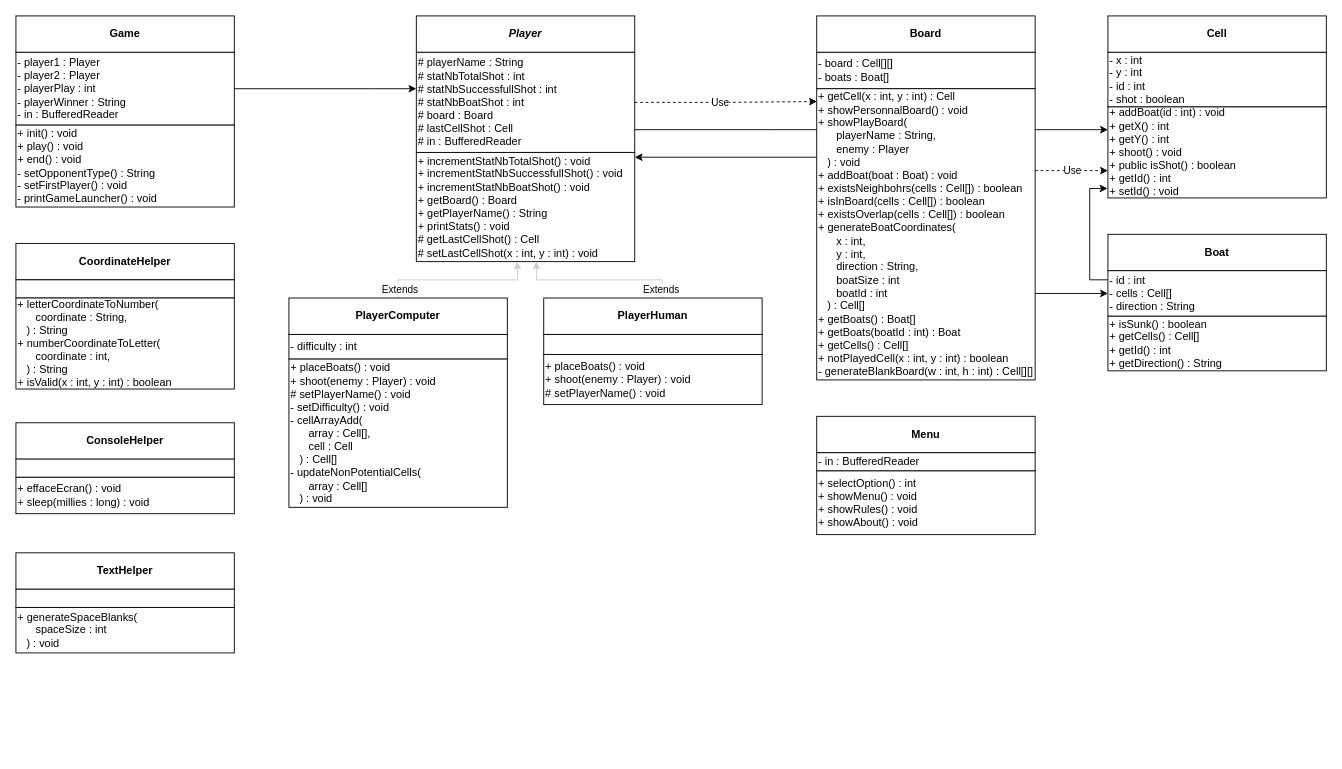
The draw.io diagram UML App.drawio in MariusCLM74/Java-battle-ship, before the edit. Source tidied: cells renumbered, new cells numbered last; positions are measured from the earlier drawing's top-left corner, leaving out a move shared by most shapes. Both pictures are drawn from the tidied source at 91%, with x=0, y=0 at pixel (15, 15).
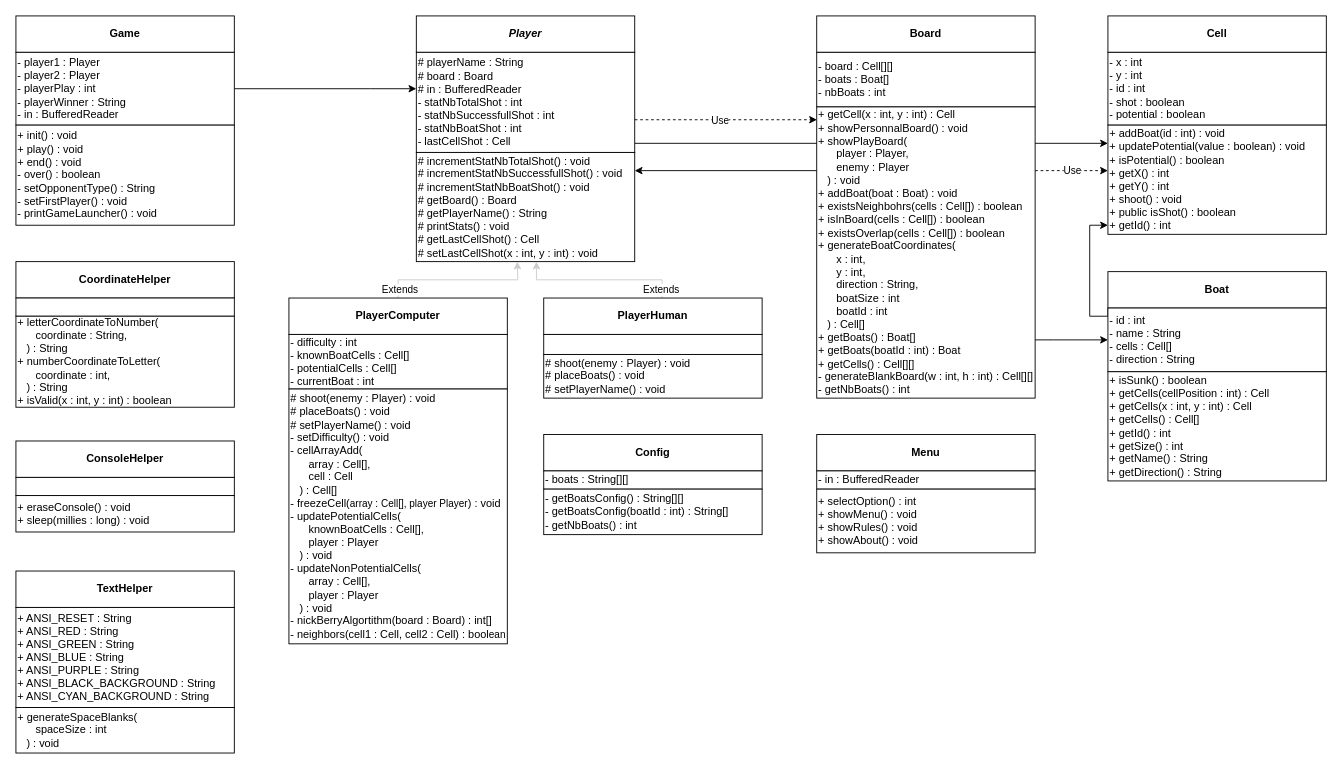
The same page after the edit.

Change to the diagram source:
```diff
@@
-    <mxCell id="5" value="+ init() : void&lt;br&gt;+ play() : void&lt;br&gt;+ end() : void&lt;br&gt;- setOpponentType() : String&lt;br&gt;- setFirstPlayer() : void&lt;br&gt;- printGameLauncher() : void" style="rounded=0;whiteSpace=wrap;html=1;align=left;" parent="1" vertex="1">
-      <mxGeometry y="120" width="240" height="90" as="geometry" />
+    <mxCell id="5" value="+ init() : void&lt;br&gt;+ play() : void&lt;br&gt;+ end() : void&lt;br&gt;- over() : boolean&lt;br&gt;- setOpponentType() : String&lt;br&gt;- setFirstPlayer() : void&lt;br&gt;- printGameLauncher() : void" style="rounded=0;whiteSpace=wrap;html=1;align=left;" parent="1" vertex="1">
+      <mxGeometry y="120" width="240" height="110" as="geometry" />
     </mxCell>
@@
     <mxCell id="7" style="edgeStyle=orthogonalEdgeStyle;rounded=0;jettySize=auto;html=1;entryX=0.001;entryY=0.044;entryDx=0;entryDy=0;entryPerimeter=0;strokeColor=#000000;dashed=1;" parent="1" edge="1" source="10" target="28">
       <mxGeometry relative="1" as="geometry">
         <Array as="points">
-          <mxPoint x="780" y="95" />
-          <mxPoint x="880" y="94" />
+          <mxPoint x="880" y="114" />
+          <mxPoint x="880" y="114" />
         </Array>
       </mxGeometry>
     </mxCell>
@@
-    <mxCell id="9" style="edgeStyle=orthogonalEdgeStyle;rounded=0;jettySize=auto;html=1;entryX=0;entryY=0.25;entryDx=0;entryDy=0;strokeColor=#000000;" parent="1" edge="1" source="10" target="37">
+    <mxCell id="9" style="edgeStyle=orthogonalEdgeStyle;rounded=0;jettySize=auto;html=1;strokeColor=#000000;" parent="1" edge="1" source="10">
       <mxGeometry relative="1" as="geometry">
+        <mxPoint x="1200" y="140" as="targetPoint" />
         <Array as="points">
-          <mxPoint x="830" y="125" />
-          <mxPoint x="830" y="125" />
+          <mxPoint x="1200" y="140" />
         </Array>
       </mxGeometry>
     </mxCell>
-    <mxCell id="10" value="# playerName : String&lt;br&gt;# statNbTotalShot : int&lt;br&gt;# statNbSuccessfullShot : int&lt;br&gt;# statNbBoatShot : int&lt;br&gt;# board : Board&lt;br&gt;# lastCellShot : Cell&lt;br&gt;# in : BufferedReader" style="rounded=0;whiteSpace=wrap;html=1;align=left;" parent="1" vertex="1">
+    <mxCell id="10" value="# playerName : String&lt;br&gt;# board : Board&lt;br&gt;# in : BufferedReader&lt;br&gt;- statNbTotalShot : int&lt;br&gt;- statNbSuccessfullShot : int&lt;br&gt;- statNbBoatShot : int&lt;br&gt;- lastCellShot : Cell" style="rounded=0;whiteSpace=wrap;html=1;align=left;" parent="1" vertex="1">
       <mxGeometry x="440" y="40" width="240" height="110" as="geometry" />
     </mxCell>
-    <mxCell id="11" value="+ incrementStatNbTotalShot() : void&lt;br&gt;+ incrementStatNbSuccessfullShot() : void&lt;br&gt;+ incrementStatNbBoatShot()&amp;nbsp;: void&lt;br&gt;+ getBoard() : Board&lt;br&gt;+ getPlayerName() : String&lt;br&gt;+ printStats() : void&lt;br&gt;#&amp;nbsp;getLastCellShot() : Cell&lt;br&gt;# setLastCellShot(x : int, y : int) : void" style="rounded=0;whiteSpace=wrap;html=1;align=left;" parent="1" vertex="1">
+    <mxCell id="11" value="# incrementStatNbTotalShot() : void&lt;br&gt;# incrementStatNbSuccessfullShot() : void&lt;br&gt;# incrementStatNbBoatShot()&amp;nbsp;: void&lt;br&gt;# getBoard() : Board&lt;br&gt;# getPlayerName() : String&lt;br&gt;# printStats() : void&lt;br&gt;#&amp;nbsp;getLastCellShot() : Cell&lt;br&gt;# setLastCellShot(x : int, y : int) : void" style="rounded=0;whiteSpace=wrap;html=1;align=left;" parent="1" vertex="1">
       <mxGeometry x="440" y="150" width="240" height="120" as="geometry" />
     </mxCell>
@@
-    <mxCell id="15" value="- difficulty : int" style="rounded=0;whiteSpace=wrap;html=1;align=left;" parent="1" vertex="1">
-      <mxGeometry x="300" y="350" width="240" height="27.1" as="geometry" />
+    <mxCell id="15" value="- difficulty : int&lt;br&gt;- knownBoatCells : Cell[]&lt;br&gt;- potentialCells : Cell[]&lt;br&gt;- currentBoat : int" style="rounded=0;whiteSpace=wrap;html=1;align=left;" parent="1" vertex="1">
+      <mxGeometry x="300" y="350" width="240" height="60" as="geometry" />
     </mxCell>
@@
-    <mxCell id="20" value="+ placeBoats() : void&lt;br&gt;+ shoot(enemy : Player) : void&lt;br&gt;# setPlayerName() : void" style="rounded=0;whiteSpace=wrap;html=1;align=left;" parent="1" vertex="1">
-      <mxGeometry x="580" y="372" width="240" height="55.1" as="geometry" />
+    <mxCell id="20" value="# shoot(enemy : Player) : void&lt;br&gt;# placeBoats() : void&lt;br&gt;# setPlayerName() : void" style="rounded=0;whiteSpace=wrap;html=1;align=left;" parent="1" vertex="1">
+      <mxGeometry x="580" y="372" width="240" height="48" as="geometry" />
     </mxCell>
-    <mxCell id="21" value="+ placeBoats() : void&lt;br&gt;+ shoot(enemy : Player) : void&lt;br&gt;# setPlayerName() : void&lt;br&gt;- setDifficulty() : void&lt;br&gt;- cellArrayAdd(&lt;br&gt;&amp;nbsp; &amp;nbsp; &amp;nbsp; array : Cell[],&lt;br&gt;&amp;nbsp; &amp;nbsp; &amp;nbsp; cell : Cell&lt;br&gt;&amp;nbsp; &amp;nbsp;) : Cell[]&lt;br&gt;- updateNonPotentialCells(&lt;br&gt;&amp;nbsp; &amp;nbsp; &amp;nbsp; array : Cell[]&lt;br&gt;&amp;nbsp; &amp;nbsp;) : void" style="rounded=0;whiteSpace=wrap;html=1;align=left;" parent="1" vertex="1">
-      <mxGeometry x="300" y="377.1" width="240" height="162.9" as="geometry" />
+    <mxCell id="21" value="# shoot(enemy : Player) : void&lt;br&gt;# placeBoats() : void&lt;br&gt;# setPlayerName() : void&lt;br&gt;- setDifficulty() : void&lt;br&gt;- cellArrayAdd(&lt;br&gt;&amp;nbsp; &amp;nbsp; &amp;nbsp; array : Cell[],&lt;br&gt;&amp;nbsp; &amp;nbsp; &amp;nbsp; cell : Cell&lt;br&gt;&amp;nbsp; &amp;nbsp;) : Cell[]&lt;br&gt;- freezeCell(&lt;font style=&quot;font-size: 11px&quot;&gt;array : Cell[], player Player&lt;/font&gt;) : void&lt;br&gt;- &lt;font style=&quot;font-size: 12px&quot;&gt;&lt;font style=&quot;font-size: 12px&quot;&gt;updatePotentialCells&lt;/font&gt;(&lt;br&gt;&lt;font style=&quot;font-size: 12px&quot;&gt;&amp;nbsp; &amp;nbsp; &amp;nbsp; knownBoatCells : Cell[],&lt;br&gt;&lt;/font&gt;&amp;nbsp; &amp;nbsp; &amp;nbsp; player : Player&lt;br&gt;&amp;nbsp; &amp;nbsp;) : void&lt;br&gt;- updateNonPotentialCells(&lt;br&gt;&amp;nbsp; &amp;nbsp; &amp;nbsp; array : Cell[],&lt;br&gt;&amp;nbsp; &amp;nbsp; &amp;nbsp; player : Player&lt;br&gt;&amp;nbsp; &amp;nbsp;) : void&lt;br&gt;- nickBerryAlgortithm(board : Board) : int[]&lt;br&gt;- neighbors(cell1 : Cell, cell2 : Cell) : bool&lt;/font&gt;&lt;font&gt;&lt;font style=&quot;font-size: 11px&quot;&gt;ean&lt;/font&gt;&lt;br&gt;&lt;/font&gt;" style="rounded=0;whiteSpace=wrap;html=1;align=left;" parent="1" vertex="1">
+      <mxGeometry x="300" y="410" width="240" height="280" as="geometry" />
     </mxCell>
@@
-    <mxCell id="23" value="- board : Cell[][]&lt;br&gt;- boats : Boat[]" style="rounded=0;whiteSpace=wrap;html=1;align=left;" parent="1" vertex="1">
-      <mxGeometry x="880" y="40" width="240" height="40" as="geometry" />
+    <mxCell id="23" value="- board : Cell[][]&lt;br&gt;- boats : Boat[]&lt;br&gt;- nbBoats : int" style="rounded=0;whiteSpace=wrap;html=1;align=left;" parent="1" vertex="1">
+      <mxGeometry x="880" y="40" width="240" height="60" as="geometry" />
     </mxCell>
-    <mxCell id="24" style="edgeStyle=orthogonalEdgeStyle;rounded=0;jettySize=auto;html=1;entryX=0;entryY=0.7;entryDx=0;entryDy=0;entryPerimeter=0;strokeColor=#000000;dashed=1;" parent="1" edge="1" source="28" target="37">
+    <mxCell id="24" style="edgeStyle=orthogonalEdgeStyle;rounded=0;jettySize=auto;html=1;strokeColor=#000000;dashed=1;" parent="1" edge="1" source="28">
       <mxGeometry relative="1" as="geometry">
+        <mxPoint x="1200" y="170" as="targetPoint" />
         <Array as="points">
-          <mxPoint x="1140" y="170" />
-          <mxPoint x="1140" y="170" />
+          <mxPoint x="1200" y="170" />
         </Array>
       </mxGeometry>
     </mxCell>
@@
-    <mxCell id="26" style="edgeStyle=orthogonalEdgeStyle;rounded=0;jettySize=auto;html=1;entryX=0;entryY=0.5;entryDx=0;entryDy=0;strokeColor=#000000;" parent="1" edge="1" source="28" target="40">
+    <mxCell id="26" style="edgeStyle=orthogonalEdgeStyle;rounded=0;jettySize=auto;html=1;strokeColor=#000000;" parent="1" edge="1" source="28" target="40">
       <mxGeometry relative="1" as="geometry">
         <Array as="points">
-          <mxPoint x="1200" y="304" />
+          <mxPoint x="1140" y="356" />
+          <mxPoint x="1140" y="356" />
         </Array>
       </mxGeometry>
     </mxCell>
-    <mxCell id="27" style="edgeStyle=orthogonalEdgeStyle;rounded=0;jettySize=auto;html=1;strokeColor=#000000;entryX=1;entryY=0.044;entryDx=0;entryDy=0;entryPerimeter=0;" parent="1" edge="1" source="28" target="11">
+    <mxCell id="27" style="edgeStyle=orthogonalEdgeStyle;rounded=0;jettySize=auto;html=1;strokeColor=#000000;" parent="1" edge="1" source="28">
       <mxGeometry relative="1" as="geometry">
+        <mxPoint x="680" y="170" as="targetPoint" />
         <Array as="points">
-          <mxPoint x="820" y="155" />
+          <mxPoint x="680" y="170" />
         </Array>
       </mxGeometry>
     </mxCell>
-    <mxCell id="28" value="+ getCell(x : int, y : int) : Cell&lt;br&gt;+ showPersonnalBoard() : void&lt;br&gt;+ showPlayBoard(&lt;br&gt;&amp;nbsp; &amp;nbsp; &amp;nbsp; playerName : String, &lt;br&gt;&amp;nbsp; &amp;nbsp; &amp;nbsp; enemy : Player&lt;br&gt;&amp;nbsp; &amp;nbsp;) : void&lt;br&gt;+ addBoat(boat : Boat) : void&lt;br&gt;+ existsNeighbohrs(cells : Cell[]) : boolean&lt;br&gt;+ isInBoard(cells&amp;nbsp;: Cell[]) : boolean&lt;br&gt;+ existsOverlap(cells : Cell[]) : boolean&lt;br&gt;+ generateBoatCoordinates(&lt;br&gt;&amp;nbsp; &amp;nbsp; &amp;nbsp; x : int,&lt;br&gt;&amp;nbsp; &amp;nbsp; &amp;nbsp; y : int,&lt;br&gt;&amp;nbsp; &amp;nbsp; &amp;nbsp; direction : String,&lt;br&gt;&amp;nbsp; &amp;nbsp; &amp;nbsp; boatSize : int&lt;br&gt;&amp;nbsp; &amp;nbsp; &amp;nbsp; boatId : int&lt;br&gt;&amp;nbsp; &amp;nbsp;) : Cell[]&lt;br&gt;+ getBoats() : Boat[]&lt;br&gt;+ getBoats(boatId : int) : Boat&lt;br&gt;+ getCells() : Cell[]&lt;br&gt;+ notPlayedCell(x : int, y : int) : boolean&lt;br&gt;- generateBlankBoard(w : int, h : int) : Cell[][]" style="rounded=0;whiteSpace=wrap;html=1;align=left;" parent="1" vertex="1">
-      <mxGeometry x="880" y="80" width="240" height="320" as="geometry" />
+    <mxCell id="28" value="+ getCell(x : int, y : int) : Cell&lt;br&gt;+ showPersonnalBoard() : void&lt;br&gt;+ showPlayBoard(&lt;br&gt;&amp;nbsp; &amp;nbsp; &amp;nbsp; player : Player, &lt;br&gt;&amp;nbsp; &amp;nbsp; &amp;nbsp; enemy : Player&lt;br&gt;&amp;nbsp; &amp;nbsp;) : void&lt;br&gt;+ addBoat(boat : Boat) : void&lt;br&gt;+ existsNeighbohrs(cells : Cell[]) : boolean&lt;br&gt;+ isInBoard(cells&amp;nbsp;: Cell[]) : boolean&lt;br&gt;+ existsOverlap(cells : Cell[]) : boolean&lt;br&gt;+ generateBoatCoordinates(&lt;br&gt;&amp;nbsp; &amp;nbsp; &amp;nbsp; x : int,&lt;br&gt;&amp;nbsp; &amp;nbsp; &amp;nbsp; y : int,&lt;br&gt;&amp;nbsp; &amp;nbsp; &amp;nbsp; direction : String,&lt;br&gt;&amp;nbsp; &amp;nbsp; &amp;nbsp; boatSize : int&lt;br&gt;&amp;nbsp; &amp;nbsp; &amp;nbsp; boatId : int&lt;br&gt;&amp;nbsp; &amp;nbsp;) : Cell[]&lt;br&gt;+ getBoats() : Boat[]&lt;br&gt;+ getBoats(boatId : int) : Boat&lt;br&gt;+ getCells() : Cell[][]&lt;br&gt;- generateBlankBoard(w : int, h : int) : Cell[][]&lt;br&gt;- getNbBoats() : int" style="rounded=0;whiteSpace=wrap;html=1;align=left;" parent="1" vertex="1">
+      <mxGeometry x="880" y="100" width="240" height="320" as="geometry" />
     </mxCell>
     <mxCell id="29" value="&lt;b&gt;CoordinateHelper&lt;/b&gt;" style="rounded=0;whiteSpace=wrap;html=1;" parent="1" vertex="1">
-      <mxGeometry y="250" width="240" height="40" as="geometry" />
+      <mxGeometry y="270" width="240" height="40" as="geometry" />
     </mxCell>
     <mxCell id="30" style="rounded=0;whiteSpace=wrap;html=1;align=left;" parent="1" vertex="1">
-      <mxGeometry y="290" width="240" height="20" as="geometry" />
+      <mxGeometry y="310" width="240" height="20" as="geometry" />
     </mxCell>
     <mxCell id="31" value="+ letterCoordinateToNumber(&lt;br&gt;&amp;nbsp; &amp;nbsp; &amp;nbsp; coordinate : String,&lt;br&gt;&amp;nbsp; &amp;nbsp;) : String&lt;br&gt;+ numberCoordinateToLetter(&lt;br&gt;&amp;nbsp; &amp;nbsp; &amp;nbsp; coordinate : int,&lt;br&gt;&amp;nbsp; &amp;nbsp;) : String&lt;br&gt;+ isValid(x&amp;nbsp;: int, y&amp;nbsp;: int) : boolean" style="rounded=0;whiteSpace=wrap;html=1;align=left;" parent="1" vertex="1">
-      <mxGeometry y="310" width="240" height="100" as="geometry" />
+      <mxGeometry y="330" width="240" height="100" as="geometry" />
     </mxCell>
     <mxCell id="32" value="&lt;b&gt;ConsoleHelper&lt;/b&gt;" style="rounded=0;whiteSpace=wrap;html=1;" parent="1" vertex="1">
-      <mxGeometry y="447.1" width="240" height="40" as="geometry" />
+      <mxGeometry y="467.1" width="240" height="40" as="geometry" />
     </mxCell>
     <mxCell id="33" style="rounded=0;whiteSpace=wrap;html=1;align=left;" parent="1" vertex="1">
-      <mxGeometry y="487" width="240" height="20" as="geometry" />
+      <mxGeometry y="507.1" width="240" height="20" as="geometry" />
     </mxCell>
-    <mxCell id="34" value="+ effaceEcran() : void&lt;br&gt;+ sleep(millies : long) : void" style="rounded=0;whiteSpace=wrap;html=1;align=left;" parent="1" vertex="1">
-      <mxGeometry y="507" width="240" height="40" as="geometry" />
+    <mxCell id="34" value="+ eraseConsole() : void&lt;br&gt;+ sleep(millies : long) : void" style="rounded=0;whiteSpace=wrap;html=1;align=left;" parent="1" vertex="1">
+      <mxGeometry y="527.1" width="240" height="40" as="geometry" />
     </mxCell>
@@
-    <mxCell id="36" value="- x : int&lt;br&gt;- y : int&lt;br&gt;- id : int&lt;br&gt;- shot : boolean" style="rounded=0;whiteSpace=wrap;html=1;align=left;" parent="1" vertex="1">
-      <mxGeometry x="1200" y="40" width="240" height="60" as="geometry" />
+    <mxCell id="36" value="- x : int&lt;br&gt;- y : int&lt;br&gt;- id : int&lt;br&gt;- shot : boolean&lt;br&gt;- potential : boolean" style="rounded=0;whiteSpace=wrap;html=1;align=left;" parent="1" vertex="1">
+      <mxGeometry x="1200" y="40" width="240" height="80" as="geometry" />
     </mxCell>
-    <mxCell id="37" value="+ addBoat(id : int) : void&lt;br&gt;+ getX() : int&lt;br&gt;+ getY() : int&lt;br&gt;+ shoot() : void&lt;br&gt;+ public isShot() : boolean&lt;br&gt;+ getId() : int&lt;br&gt;+ setId() : void" style="rounded=0;whiteSpace=wrap;html=1;align=left;" parent="1" vertex="1">
-      <mxGeometry x="1200" y="100" width="240" height="100" as="geometry" />
+    <mxCell id="37" value="+ addBoat(id : int) : void&lt;br&gt;+ updatePotential(value : boolean) : void&lt;br&gt;+ isPotential() : boolean&lt;br&gt;+ getX() : int&lt;br&gt;+ getY() : int&lt;br&gt;+ shoot() : void&lt;br&gt;+ public isShot() : boolean&lt;br&gt;+ getId() : int" style="rounded=0;whiteSpace=wrap;html=1;align=left;" parent="1" vertex="1">
+      <mxGeometry x="1200" y="120" width="240" height="120" as="geometry" />
     </mxCell>
     <mxCell id="38" value="&lt;b&gt;Boat&lt;/b&gt;" style="rounded=0;whiteSpace=wrap;html=1;" parent="1" vertex="1">
-      <mxGeometry x="1200" y="240" width="240" height="40" as="geometry" />
+      <mxGeometry x="1200" y="281" width="240" height="40" as="geometry" />
     </mxCell>
-    <mxCell id="39" style="edgeStyle=orthogonalEdgeStyle;rounded=0;jettySize=auto;html=1;strokeColor=#000000;entryX=-0.002;entryY=0.896;entryDx=0;entryDy=0;entryPerimeter=0;" parent="1" edge="1" source="40" target="37">
+    <mxCell id="39" style="edgeStyle=orthogonalEdgeStyle;rounded=0;jettySize=auto;html=1;strokeColor=#000000;exitX=0;exitY=0;exitDx=0;exitDy=0;" parent="1" edge="1" source="40">
       <mxGeometry relative="1" as="geometry">
+        <mxPoint x="1200" y="230" as="targetPoint" />
         <Array as="points">
-          <mxPoint x="1180" y="290" />
-          <mxPoint x="1180" y="190" />
-          <mxPoint x="1200" y="190" />
+          <mxPoint x="1200" y="330" />
+          <mxPoint x="1180" y="330" />
+          <mxPoint x="1180" y="230" />
+          <mxPoint x="1200" y="230" />
         </Array>
       </mxGeometry>
     </mxCell>
-    <mxCell id="40" value="- id : int&lt;br&gt;- cells : Cell[]&lt;br&gt;- direction : String" style="rounded=0;whiteSpace=wrap;html=1;align=left;" parent="1" vertex="1">
-      <mxGeometry x="1200" y="280" width="240" height="50" as="geometry" />
+    <mxCell id="40" value="- id : int&lt;br&gt;- name : String&lt;br&gt;- cells : Cell[]&lt;br&gt;- direction : String" style="rounded=0;whiteSpace=wrap;html=1;align=left;" parent="1" vertex="1">
+      <mxGeometry x="1200" y="321" width="240" height="70" as="geometry" />
     </mxCell>
-    <mxCell id="41" value="+ isSunk() : boolean&lt;br&gt;+ getCells() : Cell[]&lt;br&gt;+ getId() : int&lt;br&gt;+ getDirection() : String" style="rounded=0;whiteSpace=wrap;html=1;align=left;" parent="1" vertex="1">
-      <mxGeometry x="1200" y="330" width="240" height="60" as="geometry" />
+    <mxCell id="41" value="+ isSunk() : boolean&lt;br&gt;+ getCells(cellPosition : int) : Cell&lt;br&gt;+ getCells(x : int, y : int) : Cell&lt;br&gt;+ getCells() : Cell[]&lt;br&gt;+ getId() : int&lt;br&gt;+ getSize() : int&lt;br&gt;+ getName() : String&lt;br&gt;+ getDirection() : String" style="rounded=0;whiteSpace=wrap;html=1;align=left;" parent="1" vertex="1">
+      <mxGeometry x="1200" y="391" width="240" height="120" as="geometry" />
     </mxCell>
     <mxCell id="42" value="&lt;b&gt;Menu&lt;/b&gt;" style="rounded=0;whiteSpace=wrap;html=1;" parent="1" vertex="1">
-      <mxGeometry x="880" y="440" width="240" height="40" as="geometry" />
+      <mxGeometry x="880" y="460" width="240" height="40" as="geometry" />
     </mxCell>
     <mxCell id="43" value="- in : BufferedReader" style="rounded=0;whiteSpace=wrap;html=1;align=left;" parent="1" vertex="1">
-      <mxGeometry x="880" y="480" width="240" height="20" as="geometry" />
+      <mxGeometry x="880" y="500" width="240" height="20" as="geometry" />
     </mxCell>
     <mxCell id="44" value="+ selectOption() : int&lt;br&gt;+ showMenu() : void&lt;br&gt;+ showRules() : void&lt;br&gt;+ showAbout() : void" style="rounded=0;whiteSpace=wrap;html=1;align=left;" parent="1" vertex="1">
-      <mxGeometry x="880" y="500" width="240" height="70" as="geometry" />
+      <mxGeometry x="880" y="520" width="240" height="70" as="geometry" />
     </mxCell>
@@
     <mxCell id="46" value="&lt;b&gt;TextHelper&lt;/b&gt;" style="rounded=0;whiteSpace=wrap;html=1;" parent="1" vertex="1">
-      <mxGeometry y="590" width="240" height="40" as="geometry" />
+      <mxGeometry y="610" width="240" height="40" as="geometry" />
     </mxCell>
-    <mxCell id="47" style="rounded=0;whiteSpace=wrap;html=1;align=left;" parent="1" vertex="1">
-      <mxGeometry y="630" width="240" height="20" as="geometry" />
+    <mxCell id="47" value="+ ANSI_RESET : String&lt;br&gt;+ ANSI_RED : String&lt;br&gt;+ ANSI_GREEN : String&lt;br&gt;+ ANSI_BLUE : String&lt;br&gt;+ ANSI_PURPLE : String&lt;br&gt;+ ANSI_BLACK_BACKGROUND : String&lt;br&gt;+ ANSI_CYAN_BACKGROUND : String" style="rounded=0;whiteSpace=wrap;html=1;align=left;" parent="1" vertex="1">
+      <mxGeometry y="650" width="240" height="110" as="geometry" />
     </mxCell>
     <mxCell id="48" value="+ generateSpaceBlanks(&lt;br&gt;&amp;nbsp; &amp;nbsp; &amp;nbsp; spaceSize : int&lt;br&gt;&amp;nbsp; &amp;nbsp;) : void" style="rounded=0;whiteSpace=wrap;html=1;align=left;" parent="1" vertex="1">
-      <mxGeometry y="650" width="240" height="50" as="geometry" />
+      <mxGeometry y="760" width="240" height="50" as="geometry" />
     </mxCell>
+    <mxCell id="49" value="&lt;b&gt;Config&lt;/b&gt;" style="rounded=0;whiteSpace=wrap;html=1;" parent="1" vertex="1">
+      <mxGeometry x="580" y="460" width="240" height="40" as="geometry" />
+    </mxCell>
+    <mxCell id="50" value="- boats : String[][]" style="rounded=0;whiteSpace=wrap;html=1;align=left;" parent="1" vertex="1">
+      <mxGeometry x="580" y="500" width="240" height="20" as="geometry" />
+    </mxCell>
+    <mxCell id="51" value="- getBoatsConfig() : String[][]&lt;br&gt;- getBoatsConfig(boatId : int) : String[]&lt;br&gt;- getNbBoats() : int" style="rounded=0;whiteSpace=wrap;html=1;align=left;" parent="1" vertex="1">
+      <mxGeometry x="580" y="520" width="240" height="50" as="geometry" />
+    </mxCell>
```
